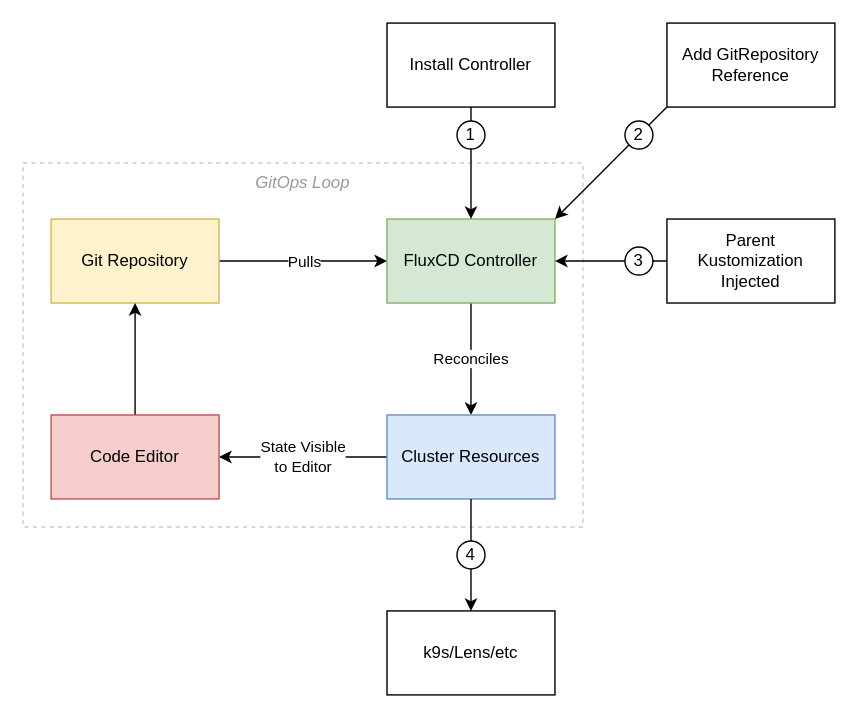
Above: docs/gitops-deploy.drawio.svg in danielloader/kubernetes-sdlc (draw.io), before the change. Source tidied: cells renumbered, new cells last; positions are measured from the earlier drawing's top-left corner, leaving out a move shared by most shapes.
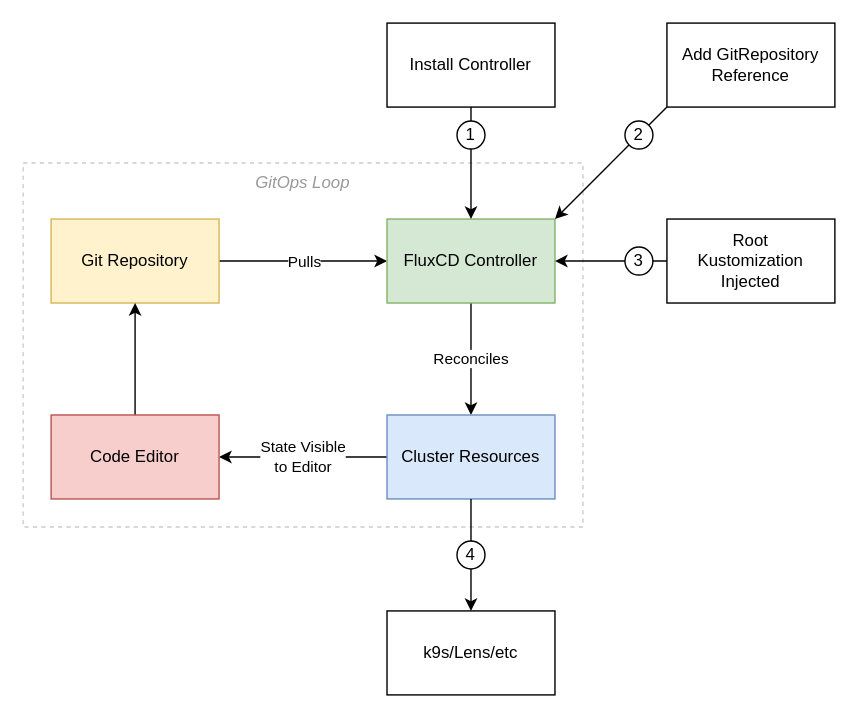
The same file after the commit.

Change to the diagram source:
```diff
@@ -52,7 +52,7 @@
     <mxCell id="17" style="edgeStyle=none;html=1;" parent="1" edge="1" source="18" target="7">
       <mxGeometry relative="1" as="geometry" />
     </mxCell>
-    <mxCell id="18" value="Parent &lt;br&gt;Kustomization&lt;br&gt;Injected" style="rounded=0;whiteSpace=wrap;html=1;" parent="1" vertex="1">
+    <mxCell id="18" value="Root&lt;br&gt;Kustomization&lt;br&gt;Injected" style="rounded=0;whiteSpace=wrap;html=1;" parent="1" vertex="1">
       <mxGeometry x="460" y="140" width="120" height="60" as="geometry" />
     </mxCell>
     <mxCell id="19" style="edgeStyle=none;html=1;entryX=0.5;entryY=0;entryDx=0;entryDy=0;endArrow=none;" parent="1" edge="1" source="14" target="20">
```
